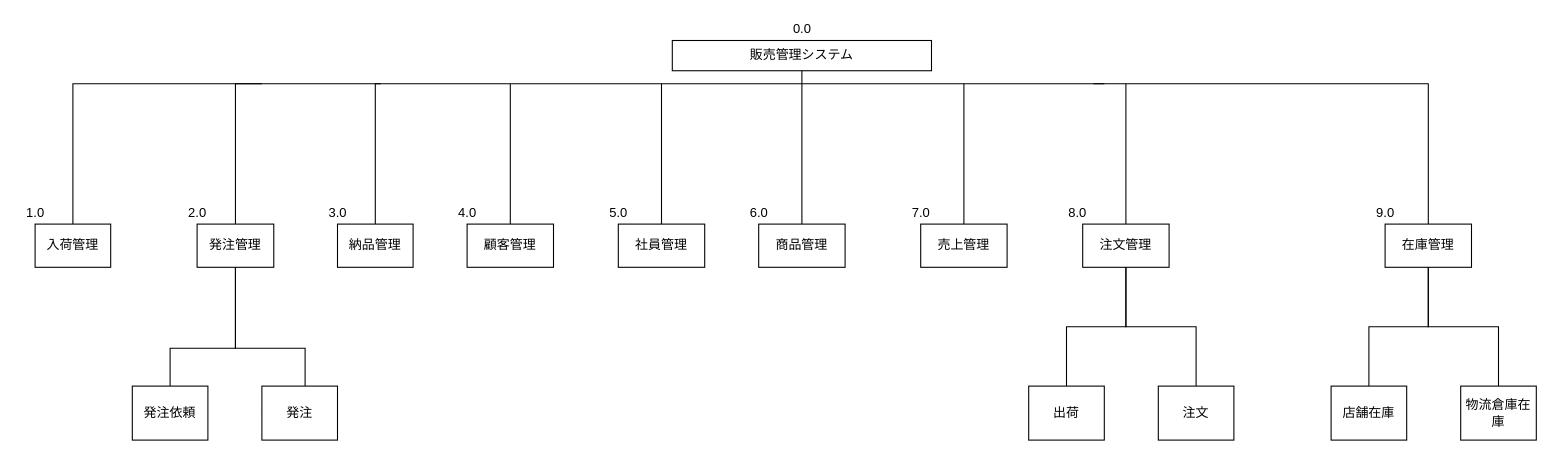
The draw.io diagram システム構造図.drawio in Yamanin3/system-devel, before the edit. Source tidied: cells renumbered, new cells numbered last; positions are measured from the earlier drawing's top-left corner, leaving out a move shared by most shapes. Both pictures are drawn from the tidied source at 108%, with x=0, y=0 at pixel (-68, 18).
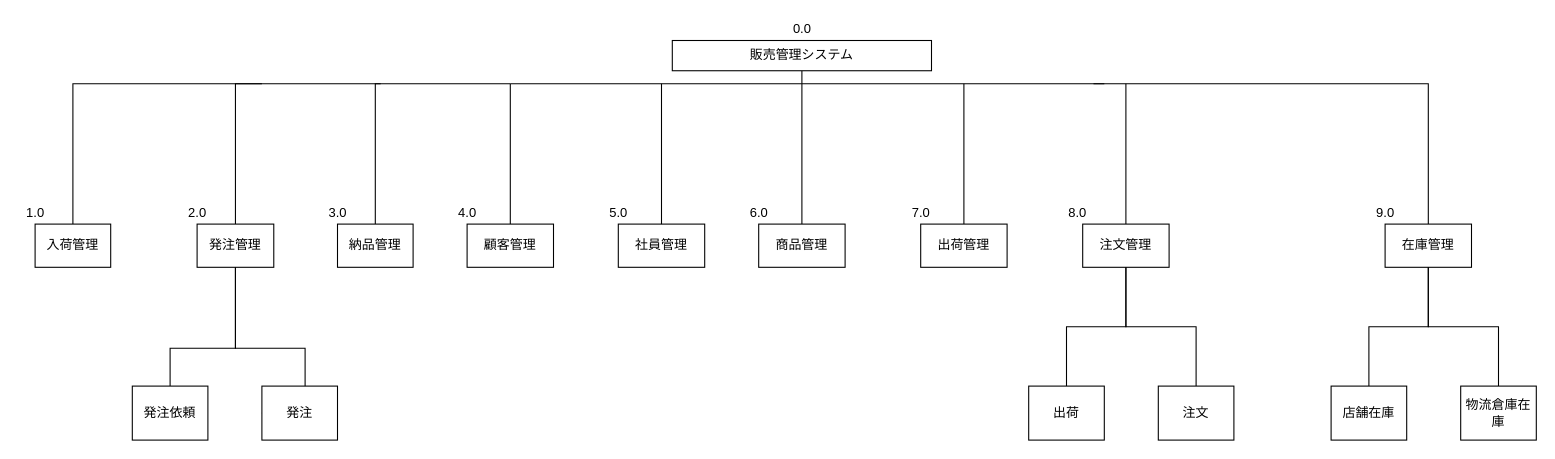
The same page after the edit.

Commit message:
システム構造図から売上管理を削除

Change to the diagram source:
```diff
@@
-    <mxCell id="8" value="売上管理" style="rounded=0;whiteSpace=wrap;html=1;" parent="1" vertex="1">
+    <mxCell id="8" value="出荷管理" style="rounded=0;whiteSpace=wrap;html=1;" parent="1" vertex="1">
       <mxGeometry x="915" y="190" width="80" height="40" as="geometry" />
     </mxCell>
```
